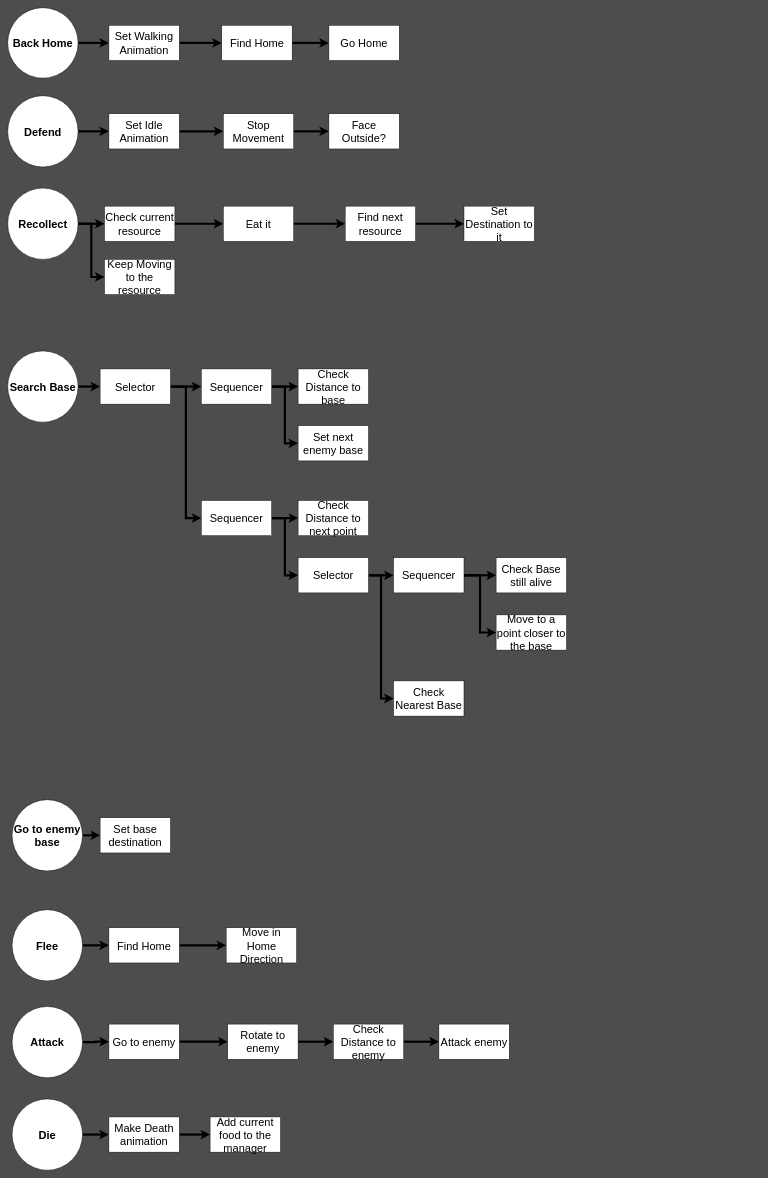
The draw.io diagram page "Actions" (3 of 6) of Design/Ant.drawio in arturo101199/GardenBattle, before the edit. Source tidied: cells renumbered, new cells numbered last; positions are measured from the earlier drawing's top-left corner, leaving out a move shared by most shapes. Both pictures are drawn from the tidied source at 44%, with x=0, y=0 at pixel (7, 7).
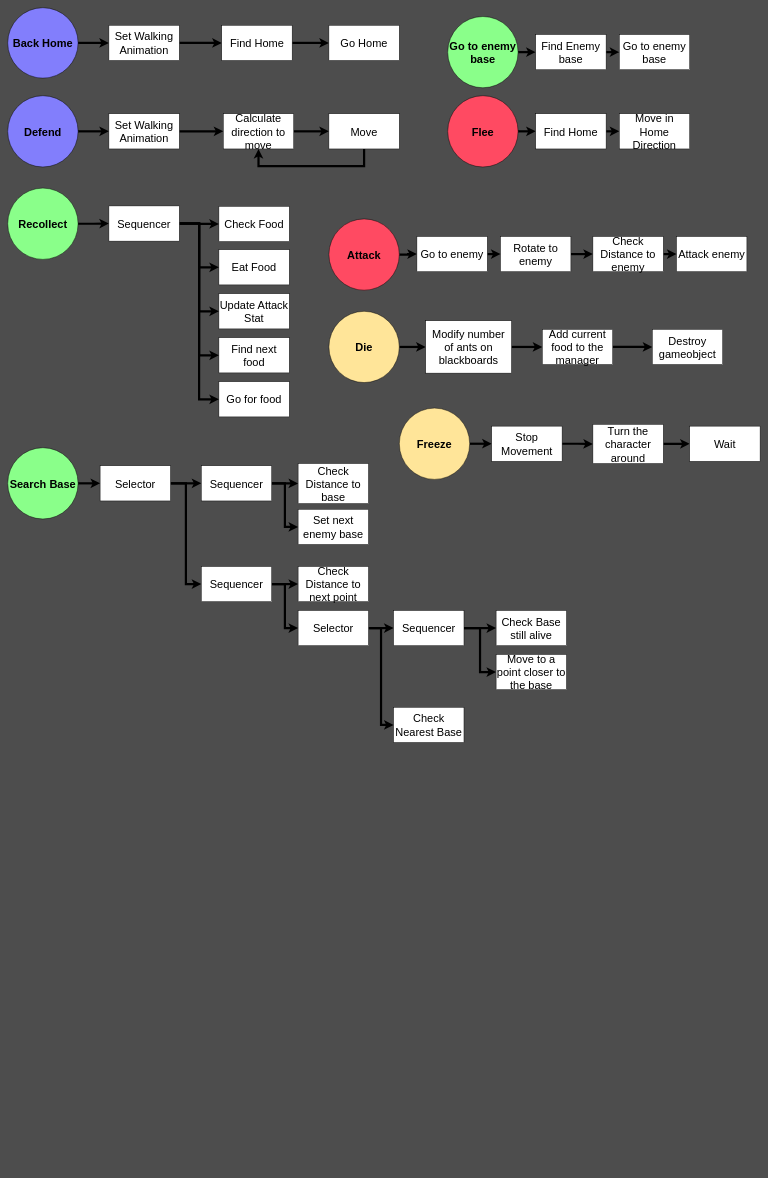
The same page after the edit.

The edit, as a diff of the source:
```diff
@@
-    <mxCell id="3" value="&lt;font style=&quot;font-size: 25px&quot;&gt;&lt;b&gt;Back Home&lt;/b&gt;&lt;/font&gt;" style="ellipse;whiteSpace=wrap;html=1;" parent="1" vertex="1">
+    <mxCell id="3" value="&lt;font style=&quot;font-size: 25px&quot;&gt;&lt;b&gt;Back Home&lt;/b&gt;&lt;/font&gt;" style="ellipse;whiteSpace=wrap;html=1;fillColor=#827EFC;" parent="1" vertex="1">
       <mxGeometry width="160" height="160" as="geometry" />
     </mxCell>
@@
-    <mxCell id="10" value="&lt;font style=&quot;font-size: 25px&quot;&gt;&lt;b&gt;Defend&lt;br&gt;&lt;/b&gt;&lt;/font&gt;" style="ellipse;whiteSpace=wrap;html=1;" parent="1" vertex="1">
+    <mxCell id="10" value="&lt;font style=&quot;font-size: 25px&quot;&gt;&lt;b&gt;Defend&lt;br&gt;&lt;/b&gt;&lt;/font&gt;" style="ellipse;whiteSpace=wrap;html=1;fillColor=#827EFC;" parent="1" vertex="1">
       <mxGeometry y="200" width="160" height="162" as="geometry" />
     </mxCell>
@@
-    <mxCell id="12" value="&lt;font style=&quot;font-size: 25px&quot;&gt;Set Idle Animation&lt;/font&gt;" style="rounded=0;whiteSpace=wrap;html=1;" parent="1" vertex="1">
+    <mxCell id="12" value="&lt;span style=&quot;font-size: 25px&quot;&gt;Set Walking Animation&lt;/span&gt;" style="rounded=0;whiteSpace=wrap;html=1;" parent="1" vertex="1">
       <mxGeometry x="230" y="241" width="160" height="80" as="geometry" />
     </mxCell>
@@
-    <mxCell id="14" value="&lt;span style=&quot;font-size: 25px&quot;&gt;Stop Movement&lt;/span&gt;" style="rounded=0;whiteSpace=wrap;html=1;" parent="1" vertex="1">
+    <mxCell id="14" value="&lt;span style=&quot;font-size: 25px&quot;&gt;Calculate direction to move&lt;/span&gt;" style="rounded=0;whiteSpace=wrap;html=1;" parent="1" vertex="1">
       <mxGeometry x="490" y="241" width="160" height="80" as="geometry" />
     </mxCell>
+    <mxCell id="72" style="edgeStyle=orthogonalEdgeStyle;rounded=0;jettySize=auto;html=1;exitX=0.5;exitY=1;exitDx=0;exitDy=0;entryX=0.5;entryY=1;entryDx=0;entryDy=0;strokeWidth=5;" parent="1" edge="1" source="15" target="14">
+      <mxGeometry relative="1" as="geometry">
+        <Array as="points">
+          <mxPoint x="810" y="360" />
+          <mxPoint x="570" y="360" />
+        </Array>
+      </mxGeometry>
+    </mxCell>
-    <mxCell id="15" value="&lt;span style=&quot;font-size: 25px&quot;&gt;Face Outside?&lt;/span&gt;" style="rounded=0;whiteSpace=wrap;html=1;" parent="1" vertex="1">
+    <mxCell id="15" value="&lt;span style=&quot;font-size: 25px&quot;&gt;Move&lt;/span&gt;" style="rounded=0;whiteSpace=wrap;html=1;" parent="1" vertex="1">
       <mxGeometry x="730" y="241" width="160" height="80" as="geometry" />
     </mxCell>
-    <mxCell id="16" style="rounded=0;jettySize=auto;html=1;exitX=1;exitY=0.5;exitDx=0;exitDy=0;strokeWidth=5;" parent="1" edge="1" source="18" target="25">
-      <mxGeometry relative="1" as="geometry" />
-    </mxCell>
-    <mxCell id="17" style="edgeStyle=orthogonalEdgeStyle;rounded=0;jettySize=auto;html=1;exitX=1;exitY=0.5;exitDx=0;exitDy=0;entryX=0;entryY=0.5;entryDx=0;entryDy=0;strokeWidth=5;" parent="1" edge="1" source="18" target="45">
-      <mxGeometry relative="1" as="geometry" />
-    </mxCell>
+    <mxCell id="73" style="edgeStyle=orthogonalEdgeStyle;rounded=0;jettySize=auto;html=1;exitX=1;exitY=0.5;exitDx=0;exitDy=0;entryX=0;entryY=0.5;entryDx=0;entryDy=0;strokeWidth=5;" parent="1" edge="1" source="18" target="81">
+      <mxGeometry relative="1" as="geometry" />
+    </mxCell>
-    <mxCell id="18" value="&lt;font style=&quot;font-size: 25px&quot;&gt;&lt;b&gt;Recollect&lt;br&gt;&lt;/b&gt;&lt;/font&gt;" style="ellipse;whiteSpace=wrap;html=1;" parent="1" vertex="1">
+    <mxCell id="18" value="&lt;font style=&quot;font-size: 25px&quot;&gt;&lt;b&gt;Recollect&lt;br&gt;&lt;/b&gt;&lt;/font&gt;" style="ellipse;whiteSpace=wrap;html=1;fillColor=#8AFF8A;" parent="1" vertex="1">
       <mxGeometry y="410" width="160" height="162" as="geometry" />
     </mxCell>
-    <mxCell id="19" style="edgeStyle=orthogonalEdgeStyle;rounded=0;jettySize=auto;html=1;exitX=1;exitY=0.5;exitDx=0;exitDy=0;entryX=0;entryY=0.5;entryDx=0;entryDy=0;strokeWidth=5;" parent="1" edge="1" source="20" target="22">
-      <mxGeometry relative="1" as="geometry" />
-    </mxCell>
-    <mxCell id="20" value="&lt;font style=&quot;font-size: 25px&quot;&gt;Find next resource&lt;/font&gt;" style="rounded=0;whiteSpace=wrap;html=1;" parent="1" vertex="1">
-      <mxGeometry x="767" y="451" width="160" height="80" as="geometry" />
+    <mxCell id="20" value="&lt;font style=&quot;font-size: 25px&quot;&gt;Update Attack Stat&lt;br&gt;&lt;/font&gt;" style="rounded=0;whiteSpace=wrap;html=1;" parent="1" vertex="1">
+      <mxGeometry x="480" y="650" width="160" height="80" as="geometry" />
     </mxCell>
-    <mxCell id="21" style="edgeStyle=orthogonalEdgeStyle;rounded=0;jettySize=auto;html=1;exitX=1;exitY=0.5;exitDx=0;exitDy=0;entryX=0;entryY=0.5;entryDx=0;entryDy=0;strokeWidth=5;" parent="1" edge="1" source="25" target="24">
-      <mxGeometry relative="1" as="geometry" />
-    </mxCell>
-    <mxCell id="22" value="&lt;font style=&quot;font-size: 25px&quot;&gt;Set Destination to it&lt;br&gt;&lt;/font&gt;" style="rounded=0;whiteSpace=wrap;html=1;" parent="1" vertex="1">
-      <mxGeometry x="1037" y="451" width="160" height="80" as="geometry" />
+    <mxCell id="22" value="&lt;font style=&quot;font-size: 25px&quot;&gt;Find next food&lt;br&gt;&lt;/font&gt;" style="rounded=0;whiteSpace=wrap;html=1;" parent="1" vertex="1">
+      <mxGeometry x="480" y="750" width="160" height="80" as="geometry" />
     </mxCell>
-    <mxCell id="23" style="edgeStyle=orthogonalEdgeStyle;rounded=0;jettySize=auto;html=1;exitX=1;exitY=0.5;exitDx=0;exitDy=0;entryX=0;entryY=0.5;entryDx=0;entryDy=0;strokeWidth=5;" parent="1" edge="1" source="24" target="20">
-      <mxGeometry relative="1" as="geometry" />
-    </mxCell>
-    <mxCell id="24" value="&lt;span style=&quot;font-size: 25px&quot;&gt;Eat it&lt;/span&gt;" style="rounded=0;whiteSpace=wrap;html=1;" parent="1" vertex="1">
-      <mxGeometry x="490" y="451" width="160" height="80" as="geometry" />
+    <mxCell id="24" value="&lt;span style=&quot;font-size: 25px&quot;&gt;Eat Food&lt;/span&gt;" style="rounded=0;whiteSpace=wrap;html=1;" parent="1" vertex="1">
+      <mxGeometry x="480" y="550" width="160" height="80" as="geometry" />
     </mxCell>
-    <mxCell id="25" value="&lt;font style=&quot;font-size: 25px&quot;&gt;Check current resource&lt;/font&gt;" style="rounded=0;whiteSpace=wrap;html=1;" parent="1" vertex="1">
-      <mxGeometry x="220" y="451" width="160" height="80" as="geometry" />
+    <mxCell id="25" value="&lt;font style=&quot;font-size: 25px&quot;&gt;Check Food&lt;/font&gt;" style="rounded=0;whiteSpace=wrap;html=1;" parent="1" vertex="1">
+      <mxGeometry x="480" y="451.5" width="160" height="80" as="geometry" />
     </mxCell>
@@
-    <mxCell id="27" value="&lt;font style=&quot;font-size: 25px&quot;&gt;&lt;b&gt;Search Base&lt;br&gt;&lt;/b&gt;&lt;/font&gt;" style="ellipse;whiteSpace=wrap;html=1;" parent="1" vertex="1">
-      <mxGeometry y="780" width="160" height="162" as="geometry" />
+    <mxCell id="27" value="&lt;font style=&quot;font-size: 25px&quot;&gt;&lt;b&gt;Search Base&lt;br&gt;&lt;/b&gt;&lt;/font&gt;" style="ellipse;whiteSpace=wrap;html=1;fillColor=#8AFF8A;" parent="1" vertex="1">
+      <mxGeometry y="1000" width="160" height="162" as="geometry" />
     </mxCell>
     <mxCell id="28" value="&lt;font style=&quot;font-size: 25px&quot;&gt;Check Nearest Base&lt;/font&gt;" style="rounded=0;whiteSpace=wrap;html=1;" parent="1" vertex="1">
-      <mxGeometry x="877" y="1530" width="160" height="80" as="geometry" />
+      <mxGeometry x="877" y="1590" width="160" height="80" as="geometry" />
     </mxCell>
     <mxCell id="29" value="&lt;font style=&quot;font-size: 25px&quot;&gt;Check Base still alive&lt;br&gt;&lt;/font&gt;" style="rounded=0;whiteSpace=wrap;html=1;" parent="1" vertex="1">
-      <mxGeometry x="1110" y="1250" width="160" height="80" as="geometry" />
+      <mxGeometry x="1110" y="1370" width="160" height="80" as="geometry" />
     </mxCell>
@@
-    <mxCell id="31" value="&lt;font style=&quot;font-size: 25px&quot;&gt;&lt;b&gt;Flee&lt;br&gt;&lt;/b&gt;&lt;/font&gt;" style="ellipse;whiteSpace=wrap;html=1;" parent="1" vertex="1">
-      <mxGeometry x="10" y="2050" width="160" height="162" as="geometry" />
+    <mxCell id="31" value="&lt;font style=&quot;font-size: 25px&quot;&gt;&lt;b&gt;Flee&lt;br&gt;&lt;/b&gt;&lt;/font&gt;" style="ellipse;whiteSpace=wrap;html=1;fillColor=#FF4A62;" parent="1" vertex="1">
+      <mxGeometry x="1000" y="200" width="160" height="162" as="geometry" />
     </mxCell>
@@
     <mxCell id="33" value="&lt;font style=&quot;font-size: 25px&quot;&gt;Find Home&lt;/font&gt;" style="rounded=0;whiteSpace=wrap;html=1;" parent="1" vertex="1">
-      <mxGeometry x="230" y="2091" width="160" height="80" as="geometry" />
+      <mxGeometry x="1200" y="241" width="160" height="80" as="geometry" />
     </mxCell>
     <mxCell id="34" value="&lt;font style=&quot;font-size: 25px&quot;&gt;Move in Home Direction&lt;/font&gt;" style="rounded=0;whiteSpace=wrap;html=1;" parent="1" vertex="1">
-      <mxGeometry x="496.5" y="2091" width="160" height="80" as="geometry" />
+      <mxGeometry x="1390" y="241" width="160" height="80" as="geometry" />
     </mxCell>
@@
-    <mxCell id="36" value="&lt;font style=&quot;font-size: 25px&quot;&gt;&lt;b&gt;Attack&lt;br&gt;&lt;/b&gt;&lt;/font&gt;" style="ellipse;whiteSpace=wrap;html=1;" parent="1" vertex="1">
-      <mxGeometry x="10" y="2270" width="160" height="162" as="geometry" />
+    <mxCell id="36" value="&lt;font style=&quot;font-size: 25px&quot;&gt;&lt;b&gt;Attack&lt;br&gt;&lt;/b&gt;&lt;/font&gt;" style="ellipse;whiteSpace=wrap;html=1;fillColor=#FF4A62;" parent="1" vertex="1">
+      <mxGeometry x="730" y="480" width="160" height="162" as="geometry" />
     </mxCell>
@@
     <mxCell id="38" value="&lt;font style=&quot;font-size: 25px&quot;&gt;Rotate to enemy&lt;/font&gt;" style="rounded=0;whiteSpace=wrap;html=1;" parent="1" vertex="1">
-      <mxGeometry x="500" y="2310" width="160" height="80" as="geometry" />
+      <mxGeometry x="1120" y="520" width="160" height="80" as="geometry" />
     </mxCell>
@@
     <mxCell id="40" value="&lt;font style=&quot;font-size: 25px&quot;&gt;Go to enemy&lt;/font&gt;" style="rounded=0;whiteSpace=wrap;html=1;" parent="1" vertex="1">
-      <mxGeometry x="230" y="2310" width="160" height="80" as="geometry" />
+      <mxGeometry x="930" y="520" width="160" height="80" as="geometry" />
     </mxCell>
@@
-    <mxCell id="42" value="&lt;font style=&quot;font-size: 25px&quot;&gt;&lt;b&gt;Die&lt;br&gt;&lt;/b&gt;&lt;/font&gt;" style="ellipse;whiteSpace=wrap;html=1;" parent="1" vertex="1">
-      <mxGeometry x="10" y="2480" width="160" height="162" as="geometry" />
+    <mxCell id="42" value="&lt;font style=&quot;font-size: 25px&quot;&gt;&lt;b&gt;Die&lt;br&gt;&lt;/b&gt;&lt;/font&gt;" style="ellipse;whiteSpace=wrap;html=1;fillColor=#FFE599;" parent="1" vertex="1">
+      <mxGeometry x="730" y="690" width="160" height="162" as="geometry" />
     </mxCell>
@@
-    <mxCell id="44" value="&lt;font style=&quot;font-size: 25px&quot;&gt;Make Death animation&lt;/font&gt;" style="rounded=0;whiteSpace=wrap;html=1;" parent="1" vertex="1">
-      <mxGeometry x="230" y="2521" width="160" height="80" as="geometry" />
+    <mxCell id="44" value="&lt;font style=&quot;font-size: 25px&quot;&gt;Modify number of ants on blackboards&lt;/font&gt;" style="rounded=0;whiteSpace=wrap;html=1;" parent="1" vertex="1">
+      <mxGeometry x="950" y="711.5" width="195" height="119" as="geometry" />
     </mxCell>
-    <mxCell id="45" value="&lt;font style=&quot;font-size: 25px&quot;&gt;Keep Moving to the resource&lt;/font&gt;" style="rounded=0;whiteSpace=wrap;html=1;" parent="1" vertex="1">
-      <mxGeometry x="220" y="572" width="160" height="80" as="geometry" />
+    <mxCell id="45" value="&lt;font style=&quot;font-size: 25px&quot;&gt;Go for food&lt;/font&gt;" style="rounded=0;whiteSpace=wrap;html=1;" parent="1" vertex="1">
+      <mxGeometry x="480" y="850" width="160" height="80" as="geometry" />
     </mxCell>
     <mxCell id="46" value="&lt;font style=&quot;font-size: 25px&quot;&gt;Move to a point closer to the base&lt;br&gt;&lt;/font&gt;" style="rounded=0;whiteSpace=wrap;html=1;" parent="1" vertex="1">
-      <mxGeometry x="1110" y="1380" width="160" height="80" as="geometry" />
+      <mxGeometry x="1110" y="1470" width="160" height="80" as="geometry" />
     </mxCell>
     <mxCell id="47" value="&lt;font style=&quot;font-size: 25px&quot;&gt;Check Distance to next point&lt;br&gt;&lt;/font&gt;" style="rounded=0;whiteSpace=wrap;html=1;" parent="1" vertex="1">
-      <mxGeometry x="660" y="1120" width="160" height="80" as="geometry" />
+      <mxGeometry x="660" y="1270" width="160" height="80" as="geometry" />
     </mxCell>
-    <mxCell id="48" style="edgeStyle=none;rounded=0;jettySize=auto;html=1;exitX=1;exitY=0.5;exitDx=0;exitDy=0;entryX=0;entryY=0.5;entryDx=0;entryDy=0;strokeWidth=5;" parent="1" edge="1" source="49" target="50">
-      <mxGeometry relative="1" as="geometry" />
-    </mxCell>
+    <mxCell id="74" style="edgeStyle=orthogonalEdgeStyle;rounded=0;jettySize=auto;html=1;exitX=1;exitY=0.5;exitDx=0;exitDy=0;entryX=0;entryY=0.5;entryDx=0;entryDy=0;strokeWidth=5;" parent="1" edge="1" source="49" target="83">
+      <mxGeometry relative="1" as="geometry" />
+    </mxCell>
-    <mxCell id="49" value="&lt;font style=&quot;font-size: 25px&quot;&gt;&lt;b&gt;Go to enemy base&lt;br&gt;&lt;/b&gt;&lt;/font&gt;" style="ellipse;whiteSpace=wrap;html=1;" parent="1" vertex="1">
-      <mxGeometry x="10" y="1800" width="160" height="162" as="geometry" />
+    <mxCell id="49" value="&lt;font style=&quot;font-size: 25px&quot;&gt;&lt;b&gt;Go to enemy base&lt;br&gt;&lt;/b&gt;&lt;/font&gt;" style="ellipse;whiteSpace=wrap;html=1;fillColor=#8AFF8A;" parent="1" vertex="1">
+      <mxGeometry x="1000" y="20" width="160" height="162" as="geometry" />
     </mxCell>
-    <mxCell id="50" value="&lt;font style=&quot;font-size: 25px&quot;&gt;Set base destination&lt;/font&gt;" style="rounded=0;whiteSpace=wrap;html=1;" parent="1" vertex="1">
-      <mxGeometry x="210" y="1841" width="160" height="80" as="geometry" />
+    <mxCell id="50" value="&lt;font style=&quot;font-size: 25px&quot;&gt;Go to enemy base&lt;/font&gt;" style="rounded=0;whiteSpace=wrap;html=1;" parent="1" vertex="1">
+      <mxGeometry x="1390" y="61" width="160" height="80" as="geometry" />
     </mxCell>
     <mxCell id="51" value="&lt;font style=&quot;font-size: 25px&quot;&gt;Check Distance to base&lt;br&gt;&lt;/font&gt;" style="rounded=0;whiteSpace=wrap;html=1;" parent="1" vertex="1">
-      <mxGeometry x="660" y="821" width="160" height="80" as="geometry" />
+      <mxGeometry x="660" y="1036" width="160" height="91" as="geometry" />
     </mxCell>
     <mxCell id="52" value="&lt;font style=&quot;font-size: 25px&quot;&gt;Set next enemy base&lt;br&gt;&lt;/font&gt;" style="rounded=0;whiteSpace=wrap;html=1;" parent="1" vertex="1">
-      <mxGeometry x="660" y="950" width="160" height="80" as="geometry" />
+      <mxGeometry x="660" y="1140" width="160" height="80" as="geometry" />
     </mxCell>
@@
     <mxCell id="55" value="&lt;font style=&quot;font-size: 25px&quot;&gt;Selector&lt;br&gt;&lt;/font&gt;" style="rounded=0;whiteSpace=wrap;html=1;" parent="1" vertex="1">
-      <mxGeometry x="210" y="821" width="160" height="80" as="geometry" />
+      <mxGeometry x="210" y="1041" width="160" height="80" as="geometry" />
     </mxCell>
@@
     <mxCell id="58" value="&lt;font style=&quot;font-size: 25px&quot;&gt;Sequencer&lt;br&gt;&lt;/font&gt;" style="rounded=0;whiteSpace=wrap;html=1;" parent="1" vertex="1">
-      <mxGeometry x="440" y="821" width="160" height="80" as="geometry" />
+      <mxGeometry x="440" y="1041" width="160" height="80" as="geometry" />
     </mxCell>
@@
     <mxCell id="61" value="&lt;font style=&quot;font-size: 25px&quot;&gt;Sequencer&lt;br&gt;&lt;/font&gt;" style="rounded=0;whiteSpace=wrap;html=1;" parent="1" vertex="1">
-      <mxGeometry x="440" y="1120" width="160" height="80" as="geometry" />
+      <mxGeometry x="440" y="1270" width="160" height="80" as="geometry" />
     </mxCell>
@@
     <mxCell id="64" value="&lt;font style=&quot;font-size: 25px&quot;&gt;Selector&lt;br&gt;&lt;/font&gt;" style="rounded=0;whiteSpace=wrap;html=1;" parent="1" vertex="1">
-      <mxGeometry x="660" y="1250" width="160" height="80" as="geometry" />
+      <mxGeometry x="660" y="1370" width="160" height="80" as="geometry" />
     </mxCell>
@@
     <mxCell id="67" value="&lt;font style=&quot;font-size: 25px&quot;&gt;Sequencer&lt;br&gt;&lt;/font&gt;" style="rounded=0;whiteSpace=wrap;html=1;" parent="1" vertex="1">
-      <mxGeometry x="877" y="1250" width="160" height="80" as="geometry" />
+      <mxGeometry x="877" y="1370" width="160" height="80" as="geometry" />
     </mxCell>
+    <mxCell id="75" style="edgeStyle=orthogonalEdgeStyle;rounded=0;jettySize=auto;html=1;exitX=1;exitY=0.5;exitDx=0;exitDy=0;entryX=0;entryY=0.5;entryDx=0;entryDy=0;strokeWidth=5;" parent="1" edge="1" source="68" target="84">
+      <mxGeometry relative="1" as="geometry" />
+    </mxCell>
     <mxCell id="68" value="&lt;font style=&quot;font-size: 25px&quot;&gt;Add current food to the manager&lt;/font&gt;" style="rounded=0;whiteSpace=wrap;html=1;" parent="1" vertex="1">
-      <mxGeometry x="460" y="2521" width="160" height="80" as="geometry" />
+      <mxGeometry x="1215" y="731" width="160" height="80" as="geometry" />
     </mxCell>
     <mxCell id="69" value="&lt;font style=&quot;font-size: 25px&quot;&gt;Attack enemy&lt;/font&gt;" style="rounded=0;whiteSpace=wrap;html=1;" parent="1" vertex="1">
-      <mxGeometry x="980" y="2310" width="160" height="80" as="geometry" />
+      <mxGeometry x="1520" y="520" width="160" height="80" as="geometry" />
     </mxCell>
@@
     <mxCell id="71" value="&lt;font style=&quot;font-size: 25px&quot;&gt;Check Distance to enemy&lt;/font&gt;" style="rounded=0;whiteSpace=wrap;html=1;" parent="1" vertex="1">
-      <mxGeometry x="740" y="2310" width="160" height="80" as="geometry" />
+      <mxGeometry x="1330" y="520" width="160" height="80" as="geometry" />
     </mxCell>
+    <mxCell id="76" style="edgeStyle=orthogonalEdgeStyle;rounded=0;jettySize=auto;html=1;exitX=1;exitY=0.5;exitDx=0;exitDy=0;entryX=0;entryY=0.5;entryDx=0;entryDy=0;strokeWidth=5;" parent="1" edge="1" source="81" target="25">
+      <mxGeometry relative="1" as="geometry" />
+    </mxCell>
+    <mxCell id="77" style="edgeStyle=orthogonalEdgeStyle;rounded=0;jettySize=auto;html=1;exitX=1;exitY=0.5;exitDx=0;exitDy=0;entryX=0;entryY=0.5;entryDx=0;entryDy=0;strokeWidth=5;" parent="1" edge="1" source="81" target="24">
+      <mxGeometry relative="1" as="geometry" />
+    </mxCell>
+    <mxCell id="78" style="edgeStyle=orthogonalEdgeStyle;rounded=0;jettySize=auto;html=1;exitX=1;exitY=0.5;exitDx=0;exitDy=0;entryX=0;entryY=0.5;entryDx=0;entryDy=0;strokeWidth=5;" parent="1" edge="1" source="81" target="20">
+      <mxGeometry relative="1" as="geometry" />
+    </mxCell>
+    <mxCell id="79" style="edgeStyle=orthogonalEdgeStyle;rounded=0;jettySize=auto;html=1;exitX=1;exitY=0.5;exitDx=0;exitDy=0;entryX=0;entryY=0.5;entryDx=0;entryDy=0;strokeWidth=5;" parent="1" edge="1" source="81" target="22">
+      <mxGeometry relative="1" as="geometry" />
+    </mxCell>
+    <mxCell id="80" style="edgeStyle=orthogonalEdgeStyle;rounded=0;jettySize=auto;html=1;exitX=1;exitY=0.5;exitDx=0;exitDy=0;entryX=0;entryY=0.5;entryDx=0;entryDy=0;strokeWidth=5;" parent="1" edge="1" source="81" target="45">
+      <mxGeometry relative="1" as="geometry" />
+    </mxCell>
+    <mxCell id="81" value="&lt;font style=&quot;font-size: 25px&quot;&gt;Sequencer&lt;br&gt;&lt;/font&gt;" style="rounded=0;whiteSpace=wrap;html=1;" parent="1" vertex="1">
+      <mxGeometry x="230" y="450.5" width="160" height="80" as="geometry" />
+    </mxCell>
+    <mxCell id="82" style="edgeStyle=orthogonalEdgeStyle;rounded=0;jettySize=auto;html=1;exitX=1;exitY=0.5;exitDx=0;exitDy=0;entryX=0;entryY=0.5;entryDx=0;entryDy=0;strokeWidth=5;" parent="1" edge="1" source="83" target="50">
+      <mxGeometry relative="1" as="geometry" />
+    </mxCell>
+    <mxCell id="83" value="&lt;font style=&quot;font-size: 25px&quot;&gt;Find Enemy base&lt;/font&gt;" style="rounded=0;whiteSpace=wrap;html=1;" parent="1" vertex="1">
+      <mxGeometry x="1200" y="61" width="160" height="80" as="geometry" />
+    </mxCell>
+    <mxCell id="84" value="&lt;font style=&quot;font-size: 25px&quot;&gt;Destroy gameobject&lt;/font&gt;" style="rounded=0;whiteSpace=wrap;html=1;" parent="1" vertex="1">
+      <mxGeometry x="1465" y="731" width="160" height="80" as="geometry" />
+    </mxCell>
+    <mxCell id="85" style="edgeStyle=orthogonalEdgeStyle;rounded=0;jettySize=auto;html=1;exitX=1;exitY=0.5;exitDx=0;exitDy=0;entryX=0;entryY=0.5;entryDx=0;entryDy=0;strokeWidth=5;" parent="1" edge="1" source="86" target="88">
+      <mxGeometry relative="1" as="geometry" />
+    </mxCell>
+    <mxCell id="86" value="&lt;font style=&quot;font-size: 25px&quot;&gt;&lt;b&gt;Freeze&lt;br&gt;&lt;/b&gt;&lt;/font&gt;" style="ellipse;whiteSpace=wrap;html=1;fillColor=#FFE599;" parent="1" vertex="1">
+      <mxGeometry x="890" y="910" width="160" height="162" as="geometry" />
+    </mxCell>
+    <mxCell id="87" style="edgeStyle=orthogonalEdgeStyle;rounded=0;jettySize=auto;html=1;exitX=1;exitY=0.5;exitDx=0;exitDy=0;entryX=0;entryY=0.5;entryDx=0;entryDy=0;strokeWidth=5;" parent="1" edge="1" source="88" target="90">
+      <mxGeometry relative="1" as="geometry" />
+    </mxCell>
+    <mxCell id="88" value="&lt;font style=&quot;font-size: 25px&quot;&gt;Stop Movement&lt;/font&gt;" style="rounded=0;whiteSpace=wrap;html=1;" parent="1" vertex="1">
+      <mxGeometry x="1100" y="951" width="160" height="80" as="geometry" />
+    </mxCell>
+    <mxCell id="89" style="edgeStyle=orthogonalEdgeStyle;rounded=0;jettySize=auto;html=1;exitX=1;exitY=0.5;exitDx=0;exitDy=0;entryX=0;entryY=0.5;entryDx=0;entryDy=0;strokeWidth=5;" parent="1" edge="1" source="90" target="91">
+      <mxGeometry relative="1" as="geometry" />
+    </mxCell>
+    <mxCell id="90" value="&lt;span style=&quot;font-size: 25px&quot;&gt;Turn the character around&lt;/span&gt;" style="rounded=0;whiteSpace=wrap;html=1;" parent="1" vertex="1">
+      <mxGeometry x="1330" y="947" width="160" height="89" as="geometry" />
+    </mxCell>
+    <mxCell id="91" value="&lt;span style=&quot;font-size: 25px&quot;&gt;Wait&lt;/span&gt;" style="rounded=0;whiteSpace=wrap;html=1;" parent="1" vertex="1">
+      <mxGeometry x="1550" y="951" width="160" height="80" as="geometry" />
+    </mxCell>
```
